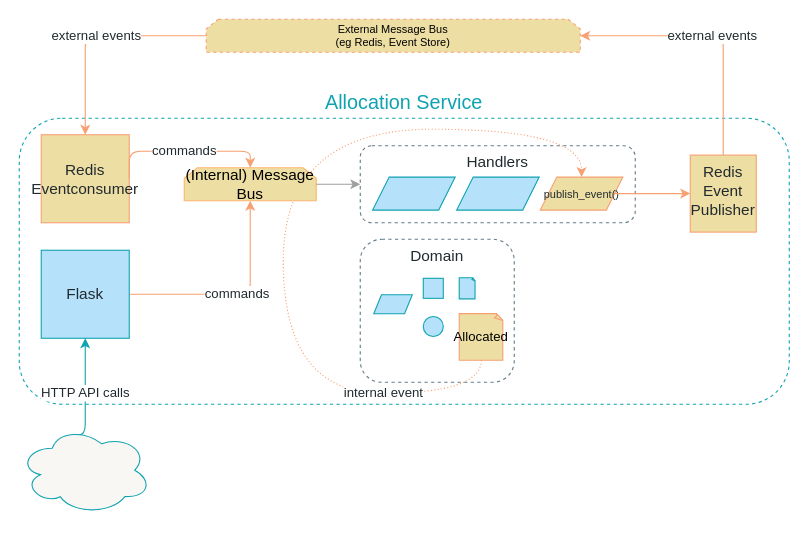
The draw.io diagram page "Chapter 10" (8 of 10) of maps.drawio in cosmicpython/book, before the edit. Source tidied: cells renumbered, new cells numbered last; positions are measured from the earlier drawing's top-left corner, leaving out a move shared by most shapes. Both pictures are drawn from the tidied source at 110%, with x=0, y=0 at pixel (19, 19).
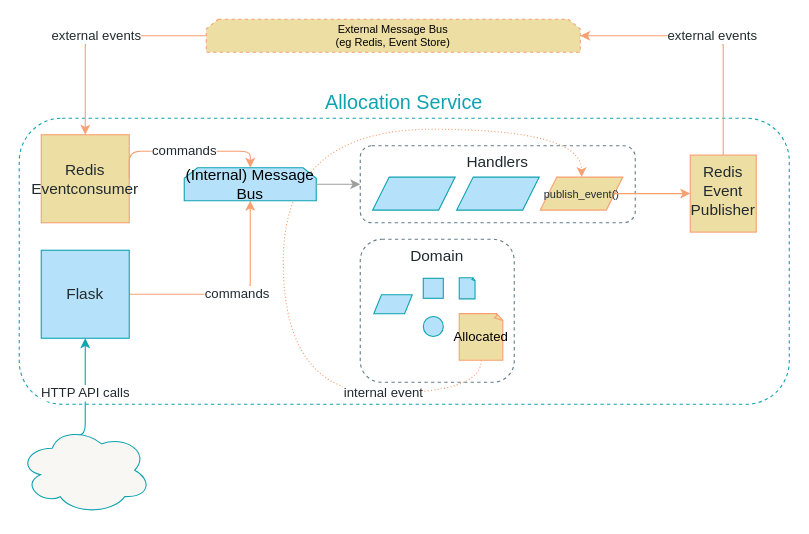
Above is the later version.

The edit, as a diff of the source:
```diff
@@
-    <mxCell id="25" value="(Internal) Message Bus" style="shape=loopLimit;whiteSpace=wrap;html=1;fontFamily=Guardian Sans Cond Light;fontSize=14;fontColor=#000000;align=center;strokeColor=#FFB570;fillColor=#EDDEA4;size=12;" parent="1" vertex="1">
+    <mxCell id="25" value="(Internal) Message Bus" style="shape=loopLimit;whiteSpace=wrap;html=1;fontFamily=Guardian Sans Cond Light;fontSize=14;fontColor=#000000;align=center;strokeColor=#0FA3B1;fillColor=#B5E2FA;size=12;" parent="1" vertex="1">
       <mxGeometry x="150" y="135" width="120" height="30" as="geometry" />
     </mxCell>
```
